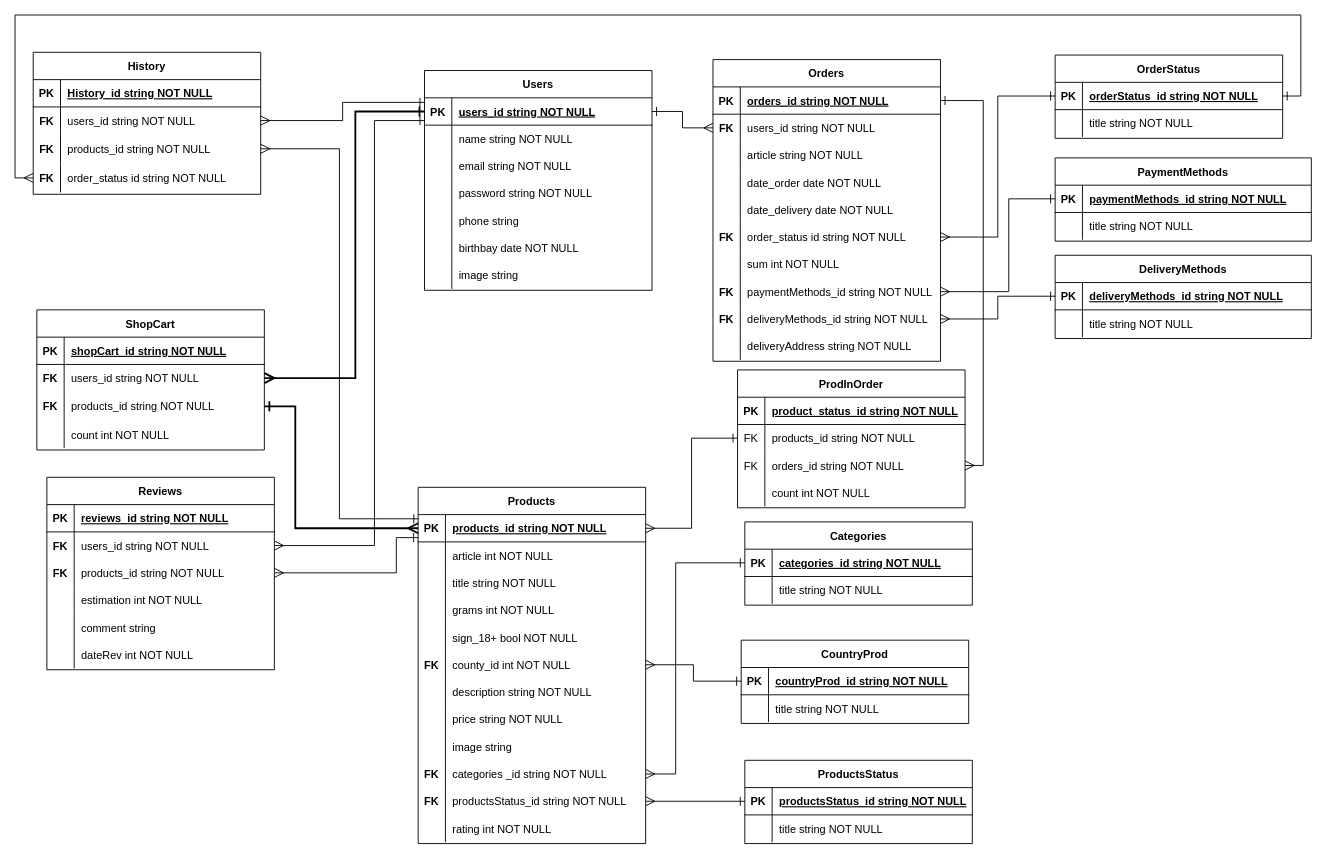
Above: ER-диаграмма базы данных онлайн-магазина Sunmul.drawio in GoncharovaNE33P/GiftShopSunmul (draw.io), before the change. Source tidied: cells renumbered, new cells numbered last; positions are measured from the earlier drawing's top-left corner, leaving out a move shared by most shapes. Both pictures are drawn from the tidied source at 91%, with x=0, y=0 at pixel (15, 15).
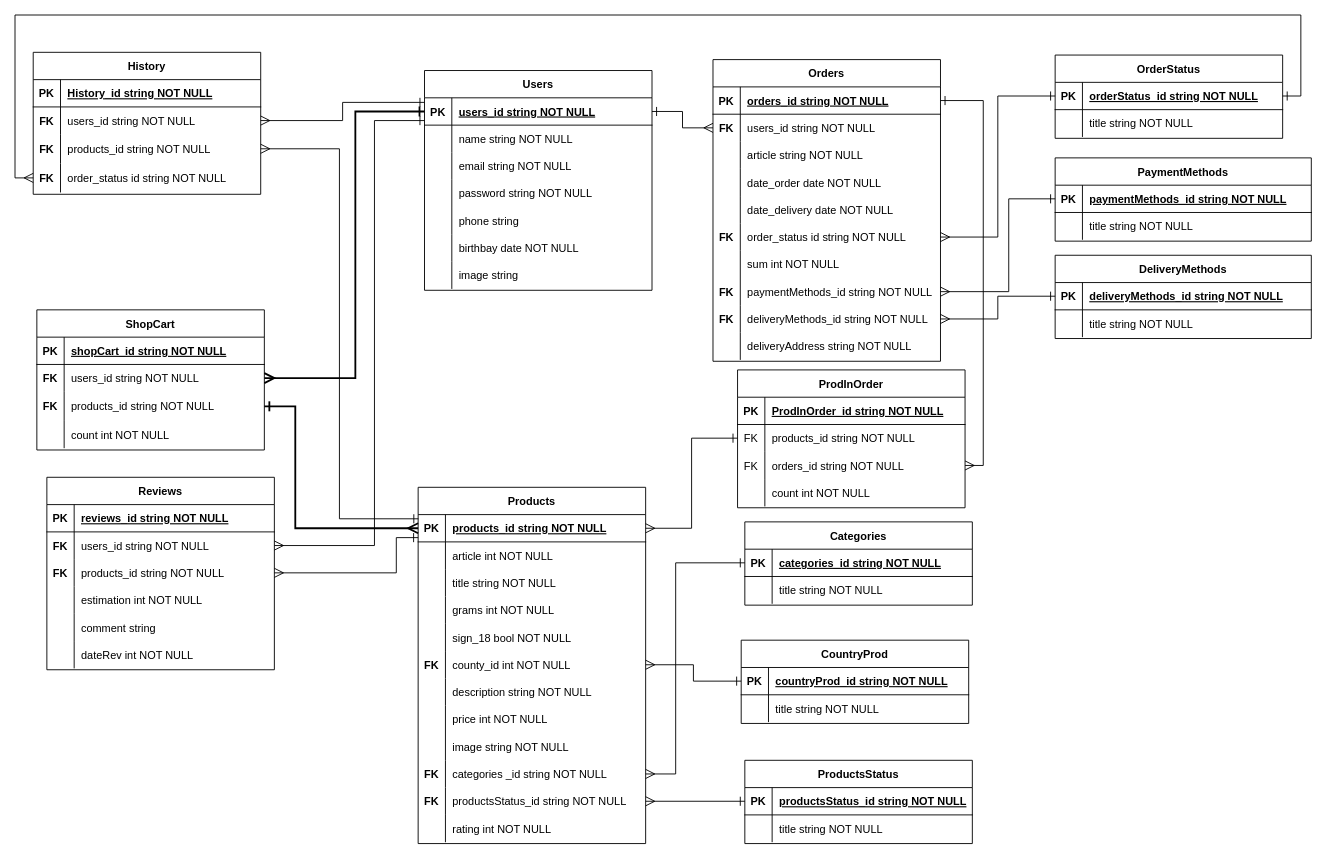
The same page after the edit.

Commit message (it also covers changes not shown here):
little update ER-diagram into the report

Unchanged cells that the change refers to:
```xml
<mxCell id="96" style="shape=partialRectangle;fillColor=none;top=0;left=0;right=0;bottom=0;" parent="83" vertex="1">
  <mxGeometry y="150" width="250" height="30" as="geometry" />
</mxCell>
<mxCell id="105" style="shape=partialRectangle;fillColor=none;top=0;left=0;right=0;bottom=0;" parent="83" vertex="1">
  <mxGeometry y="240" width="250" height="30" as="geometry" />
</mxCell>
<mxCell id="108" style="shape=partialRectangle;fillColor=none;top=0;left=0;right=0;bottom=0;" parent="83" vertex="1">
  <mxGeometry y="270" width="250" height="30" as="geometry" />
</mxCell>
<mxCell id="137" style="shape=partialRectangle;fillColor=none;top=0;left=0;right=0;bottom=1;" parent="136" vertex="1">
  <mxGeometry y="30" width="250" height="30" as="geometry" />
</mxCell>
```

Change to the diagram source:
```diff
@@
-    <mxCell id="98" value="sign_18+ bool NOT NULL" style="shape=partialRectangle;overflow=hidden;fillColor=none;top=0;left=0;bottom=0;right=0;align=left;spacingLeft=6;" parent="96" vertex="1">
+    <mxCell id="98" value="sign_18 bool NOT NULL" style="shape=partialRectangle;overflow=hidden;fillColor=none;top=0;left=0;bottom=0;right=0;align=left;spacingLeft=6;" parent="96" vertex="1">
       <mxGeometry x="30" width="220" height="30" as="geometry" />
     </mxCell>
@@
-    <mxCell id="107" value="price string NOT NULL" style="shape=partialRectangle;overflow=hidden;fillColor=none;top=0;left=0;bottom=0;right=0;align=left;spacingLeft=6;" parent="105" vertex="1">
+    <mxCell id="107" value="price int NOT NULL" style="shape=partialRectangle;overflow=hidden;fillColor=none;top=0;left=0;bottom=0;right=0;align=left;spacingLeft=6;" parent="105" vertex="1">
       <mxGeometry x="30" width="220" height="30" as="geometry" />
     </mxCell>
@@
-    <mxCell id="110" value="image string " style="shape=partialRectangle;overflow=hidden;fillColor=none;top=0;left=0;bottom=0;right=0;align=left;spacingLeft=6;" parent="108" vertex="1">
+    <mxCell id="110" value="image string NOT NULL" style="shape=partialRectangle;overflow=hidden;fillColor=none;top=0;left=0;bottom=0;right=0;align=left;spacingLeft=6;" parent="108" vertex="1">
       <mxGeometry x="30" width="220" height="30" as="geometry" />
     </mxCell>
@@
-    <mxCell id="139" value="product_status_id string NOT NULL " style="shape=partialRectangle;overflow=hidden;fillColor=none;top=0;left=0;bottom=0;right=0;align=left;spacingLeft=6;fontStyle=5;" parent="137" vertex="1">
+    <mxCell id="139" value="ProdInOrder_id string NOT NULL " style="shape=partialRectangle;overflow=hidden;fillColor=none;top=0;left=0;bottom=0;right=0;align=left;spacingLeft=6;fontStyle=5;" parent="137" vertex="1">
       <mxGeometry x="30" width="220" height="30" as="geometry" />
     </mxCell>
```
